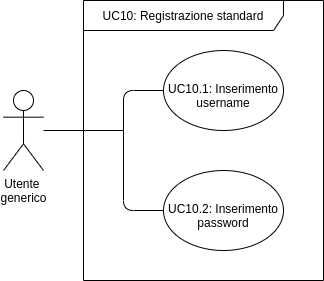
This is Images/AnalisiRequisiti/UC10.png from techsweave/TechSWEaveDocumentation, a draw.io export, as it was before one commit. Source tidied: cells renumbered, new cells last; positions are measured from the earlier drawing's top-left corner, leaving out a move shared by most shapes.
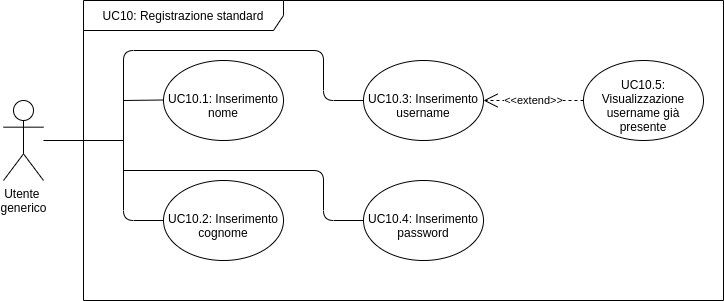
After the change.

Diff of the diagram source:
```diff
@@ -3,7 +3,7 @@
     <mxCell id="0" />
     <mxCell id="1" parent="0" />
     <mxCell id="2" value="UC10: Registrazione standard" style="shape=umlFrame;whiteSpace=wrap;html=1;width=200;height=30;fillColor=none;" parent="1" vertex="1">
-      <mxGeometry x="80" width="240" height="280" as="geometry" />
+      <mxGeometry x="80" y="-10" width="640" height="300" as="geometry" />
     </mxCell>
     <mxCell id="3" style="edgeStyle=orthogonalEdgeStyle;rounded=0;jettySize=auto;html=1;entryX=0;entryY=0.5;entryDx=0;entryDy=0;strokeColor=none;" parent="1" edge="1" source="4" target="5">
       <mxGeometry relative="1" as="geometry" />
@@ -11,10 +11,10 @@
     <mxCell id="4" value="&lt;div&gt;Utente &lt;br&gt;&lt;/div&gt;&lt;div&gt;generico&lt;/div&gt;" style="shape=umlActor;verticalLabelPosition=bottom;verticalAlign=top;html=1;outlineConnect=0;" parent="1" vertex="1">
       <mxGeometry y="90" width="40" height="80" as="geometry" />
     </mxCell>
-    <mxCell id="5" value="UC10.1: Inserimento username" style="ellipse;whiteSpace=wrap;html=1;spacingTop=10;fillColor=none;" parent="1" vertex="1">
+    <mxCell id="5" value="UC10.1: Inserimento nome" style="ellipse;whiteSpace=wrap;html=1;spacingTop=10;fillColor=none;" parent="1" vertex="1">
       <mxGeometry x="160" y="50" width="120" height="80" as="geometry" />
     </mxCell>
-    <mxCell id="6" value="UC10.2: Inserimento password" style="ellipse;whiteSpace=wrap;html=1;spacingTop=10;fillColor=none;" parent="1" vertex="1">
+    <mxCell id="6" value="UC10.2: Inserimento cognome" style="ellipse;whiteSpace=wrap;html=1;spacingTop=10;fillColor=none;" parent="1" vertex="1">
       <mxGeometry x="160" y="170" width="120" height="80" as="geometry" />
     </mxCell>
     <mxCell id="7" style="endArrow=none;html=1;" parent="1" edge="1">
@@ -23,14 +23,42 @@
         <mxPoint x="120" y="130" as="targetPoint" />
       </mxGeometry>
     </mxCell>
-    <mxCell id="8" style="endArrow=none;html=1;exitX=0;exitY=0.5;exitDx=0;exitDy=0;" parent="1" edge="1" source="6">
+    <mxCell id="8" style="endArrow=none;html=1;exitX=0;exitY=0.5;exitDx=0;exitDy=0;entryX=0;entryY=0.5;entryDx=0;entryDy=0;" parent="1" edge="1" source="6" target="9">
       <mxGeometry relative="1" as="geometry">
-        <mxPoint x="160" y="90" as="targetPoint" />
         <Array as="points">
           <mxPoint x="120" y="210" />
-          <mxPoint x="120" y="90" />
+          <mxPoint x="120" y="40" />
+          <mxPoint x="320" y="40" />
+          <mxPoint x="320" y="90" />
         </Array>
       </mxGeometry>
     </mxCell>
+    <mxCell id="9" value="UC10.3: Inserimento username" style="ellipse;whiteSpace=wrap;html=1;spacingTop=10;fillColor=none;" parent="1" vertex="1">
+      <mxGeometry x="360" y="50" width="120" height="80" as="geometry" />
+    </mxCell>
+    <mxCell id="10" value="UC10.4: Inserimento password" style="ellipse;whiteSpace=wrap;html=1;spacingTop=10;fillColor=none;" parent="1" vertex="1">
+      <mxGeometry x="360" y="170" width="120" height="80" as="geometry" />
+    </mxCell>
+    <mxCell id="11" style="endArrow=none;html=1;" parent="1" edge="1">
+      <mxGeometry relative="1" as="geometry">
+        <mxPoint x="120" y="90" as="sourcePoint" />
+        <mxPoint x="160" y="89.5" as="targetPoint" />
+      </mxGeometry>
+    </mxCell>
+    <mxCell id="12" style="endArrow=none;html=1;entryX=0;entryY=0.5;entryDx=0;entryDy=0;" parent="1" edge="1" target="10">
+      <mxGeometry relative="1" as="geometry">
+        <mxPoint x="120" y="160" as="sourcePoint" />
+        <Array as="points">
+          <mxPoint x="320" y="160" />
+          <mxPoint x="320" y="210" />
+        </Array>
+      </mxGeometry>
+    </mxCell>
+    <mxCell id="13" value="&lt;div&gt;&lt;span&gt;UC10.5: Visualizzazione username già presente&lt;/span&gt;&lt;/div&gt;" style="ellipse;whiteSpace=wrap;html=1;spacingTop=10;fillColor=none;align=center;" parent="1" vertex="1">
+      <mxGeometry x="580" y="50" width="120" height="80" as="geometry" />
+    </mxCell>
+    <mxCell id="14" value="&amp;lt;&amp;lt;extend&amp;gt;&amp;gt;" style="endArrow=open;endSize=12;dashed=1;html=1;exitX=0;exitY=0.5;exitDx=0;exitDy=0;entryX=1;entryY=0.5;entryDx=0;entryDy=0;" parent="1" edge="1" source="13" target="9">
+      <mxGeometry relative="1" as="geometry" />
+    </mxCell>
   </root>
 </mxGraphModel>
```
